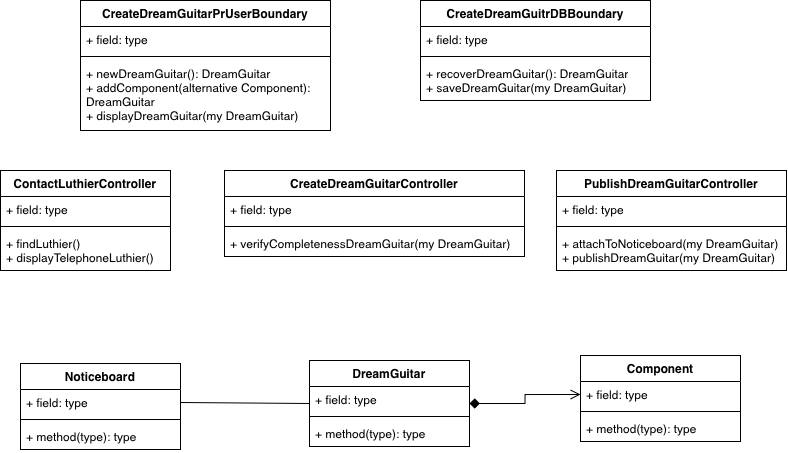
Earlier version of the draw.io export BCET.drawio.png (TizianoLilli/ISPW-Project). Source tidied: cells renumbered, new cells last; positions are measured from the earlier drawing's top-left corner, leaving out a move shared by most shapes.
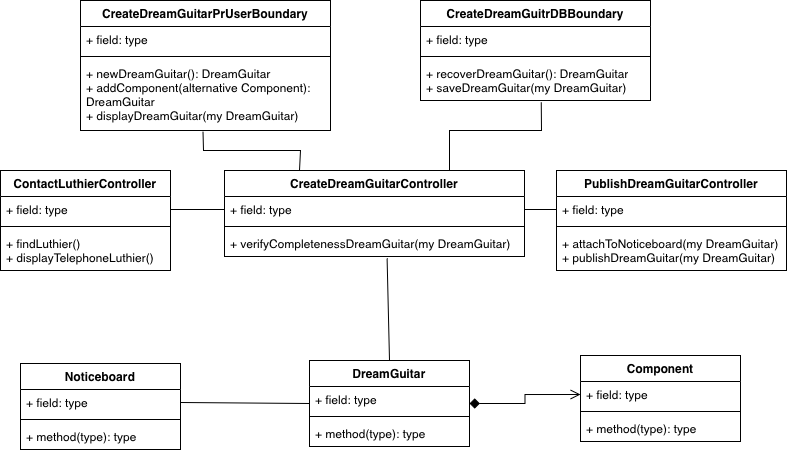
The same file after the commit.

Diff of the diagram source:
```diff
@@ -104,5 +104,30 @@
     <mxCell id="35" style="endArrow=none;html=1;rounded=0;fontSize=12;startSize=8;endSize=8;curved=1;exitX=1;exitY=0.5;exitDx=0;exitDy=0;entryX=0;entryY=0.5;entryDx=0;entryDy=0;" parent="1" edge="1" source="7" target="2">
       <mxGeometry relative="1" as="geometry" />
     </mxCell>
+    <mxCell id="36" style="endArrow=none;html=1;rounded=0;fontSize=12;startSize=8;endSize=8;curved=1;exitX=1;exitY=0.5;exitDx=0;exitDy=0;entryX=0;entryY=0.5;entryDx=0;entryDy=0;" parent="1" edge="1" source="19" target="27">
+      <mxGeometry relative="1" as="geometry" />
+    </mxCell>
+    <mxCell id="37" style="endArrow=none;html=1;rounded=0;fontSize=12;startSize=8;endSize=8;curved=1;exitX=1;exitY=0.5;exitDx=0;exitDy=0;entryX=0;entryY=0.5;entryDx=0;entryDy=0;" parent="1" edge="1" source="27" target="23">
+      <mxGeometry relative="1" as="geometry" />
+    </mxCell>
+    <mxCell id="38" style="endArrow=none;html=1;rounded=0;fontSize=12;startSize=8;endSize=8;curved=1;entryX=0.5;entryY=0;entryDx=0;entryDy=0;exitX=0.542;exitY=1.078;exitDx=0;exitDy=0;exitPerimeter=0;" parent="1" edge="1" source="29" target="2">
+      <mxGeometry relative="1" as="geometry" />
+    </mxCell>
+    <mxCell id="39" style="endArrow=none;html=1;rounded=0;fontSize=12;startSize=8;endSize=8;curved=0;exitX=0.49;exitY=1.016;exitDx=0;exitDy=0;exitPerimeter=0;entryX=0.25;entryY=0;entryDx=0;entryDy=0;" parent="1" edge="1" source="13" target="26">
+      <mxGeometry relative="1" as="geometry">
+        <Array as="points">
+          <mxPoint x="203" y="150" />
+          <mxPoint x="300" y="150" />
+        </Array>
+      </mxGeometry>
+    </mxCell>
+    <mxCell id="40" style="endArrow=none;html=1;rounded=0;fontSize=12;startSize=8;endSize=8;curved=0;entryX=0.525;entryY=1.043;entryDx=0;entryDy=0;entryPerimeter=0;exitX=0.75;exitY=0;exitDx=0;exitDy=0;" parent="1" edge="1" source="26" target="17">
+      <mxGeometry relative="1" as="geometry">
+        <Array as="points">
+          <mxPoint x="449" y="130" />
+          <mxPoint x="541" y="130" />
+        </Array>
+      </mxGeometry>
+    </mxCell>
   </root>
 </mxGraphModel>
```
